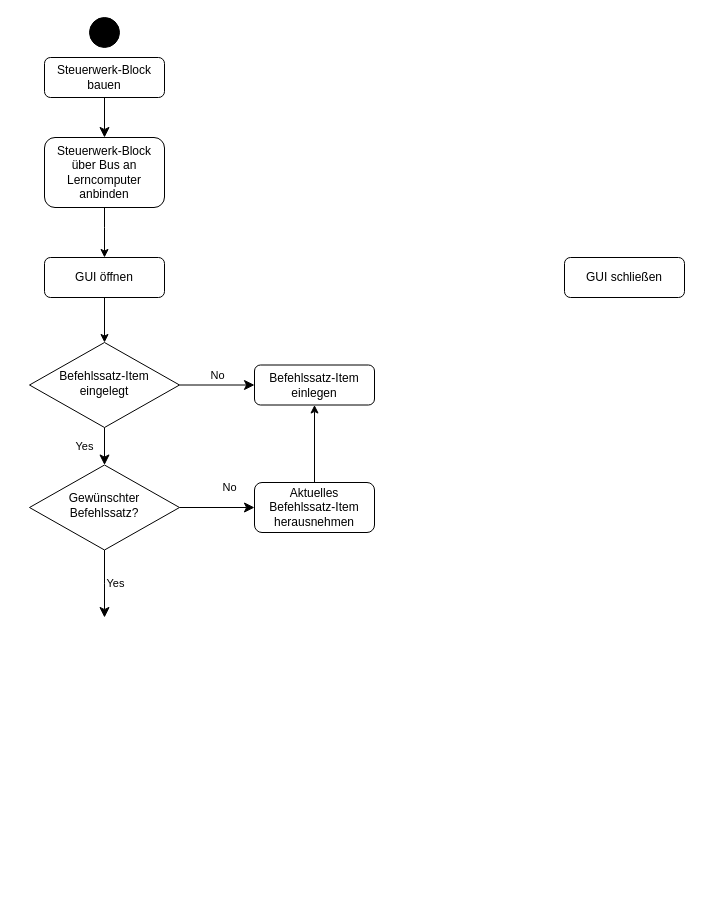
Above: AktivitaetsdiagrammSteuerwerk.drawio in LundiNord/RISCJ-Diagramms (draw.io), before the change. Source tidied: cells renumbered, new cells numbered last; positions are measured from the earlier drawing's top-left corner, leaving out a move shared by most shapes. Both pictures are drawn from the tidied source at 100%, with x=0, y=0 at pixel (29, 17).
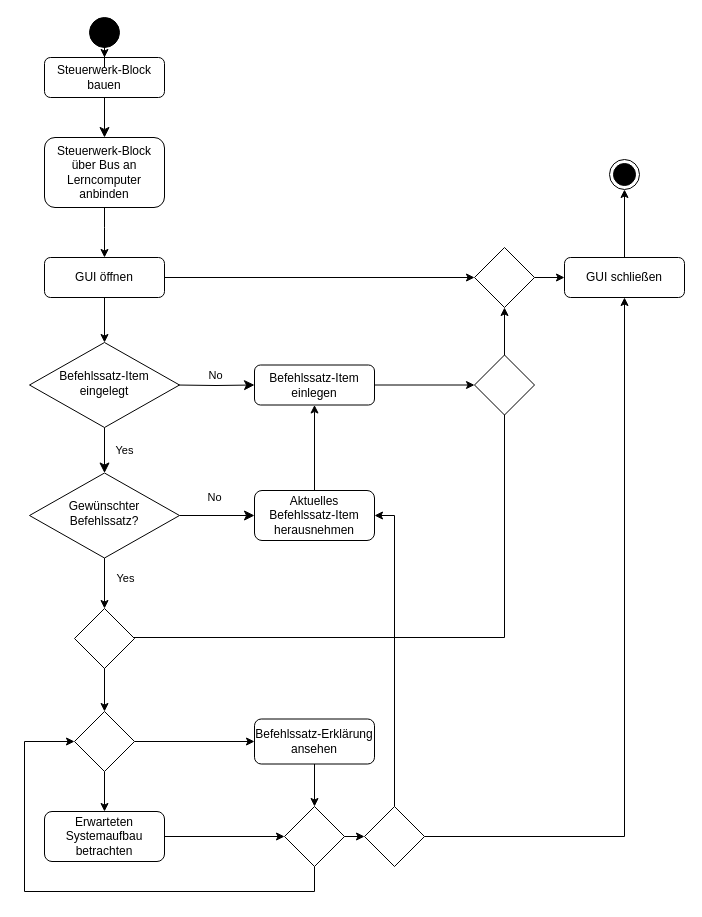
The same page after the edit.

The change refers to these unchanged cells:
```xml
<mxCell id="3" value="Steuerwerk-Block bauen" style="rounded=1;whiteSpace=wrap;html=1;fontSize=12;glass=0;strokeWidth=1;shadow=0;" parent="1" vertex="1">
  <mxGeometry x="15" y="40" width="120" height="40" as="geometry" />
</mxCell>
<mxCell id="6" value="Befehlssatz-Item eingelegt" style="rhombus;whiteSpace=wrap;html=1;shadow=0;fontFamily=Helvetica;fontSize=12;align=center;strokeWidth=1;spacing=6;spacingTop=-4;" parent="1" vertex="1">
  <mxGeometry y="325" width="150" height="85" as="geometry" />
</mxCell>
<mxCell id="7" value="Befehlssatz-Item einlegen" style="rounded=1;whiteSpace=wrap;html=1;fontSize=12;glass=0;strokeWidth=1;shadow=0;" parent="1" vertex="1">
  <mxGeometry x="225" y="347.5" width="120" height="40" as="geometry" />
</mxCell>
<mxCell id="13" style="ellipse;fillColor=strokeColor;html=1;" parent="1" vertex="1">
  <mxGeometry x="60" width="30" height="30" as="geometry" />
</mxCell>
<mxCell id="17" value="GUI öffnen" style="rounded=1;whiteSpace=wrap;html=1;fontSize=12;glass=0;strokeWidth=1;shadow=0;" parent="1" vertex="1">
  <mxGeometry x="15" y="240" width="120" height="40" as="geometry" />
</mxCell>
<mxCell id="18" value="GUI schließen" style="rounded=1;whiteSpace=wrap;html=1;fontSize=12;glass=0;strokeWidth=1;shadow=0;" parent="1" vertex="1">
  <mxGeometry x="535" y="240" width="120" height="40" as="geometry" />
</mxCell>
```

Diff of the diagram source:
```diff
@@
-    <mxCell id="5" value="No" style="edgeStyle=orthogonalEdgeStyle;rounded=0;html=1;jettySize=auto;fontSize=11;endArrow=classic;endFill=1;endSize=8;strokeWidth=1;shadow=0;labelBackgroundColor=default;" parent="1" edge="1" source="6" target="7">
-      <mxGeometry y="10" relative="1" as="geometry" />
+    <mxCell id="5" value="No" style="edgeStyle=orthogonalEdgeStyle;rounded=0;html=1;jettySize=auto;fontSize=11;endArrow=classic;endFill=1;endSize=8;strokeWidth=1;shadow=0;labelBackgroundColor=default;" parent="1" edge="1" target="7">
+      <mxGeometry y="10" relative="1" as="geometry">
+        <mxPoint x="147" y="367.5" as="sourcePoint" />
+      </mxGeometry>
     </mxCell>
@@
+    <mxCell id="19" style="edgeStyle=orthogonalEdgeStyle;rounded=0;jettySize=auto;html=1;" parent="1" edge="1" source="39" target="27">
+      <mxGeometry relative="1" as="geometry">
+        <Array as="points">
+          <mxPoint x="475" y="620" />
+          <mxPoint x="75" y="620" />
+        </Array>
+      </mxGeometry>
+    </mxCell>
+    <mxCell id="20" style="edgeStyle=orthogonalEdgeStyle;rounded=0;jettySize=auto;html=1;" parent="1" edge="1" source="42" target="18">
+      <mxGeometry relative="1" as="geometry">
+        <Array as="points">
+          <mxPoint x="475" y="260" />
+        </Array>
+      </mxGeometry>
+    </mxCell>
@@
     <mxCell id="8" value="No" style="rounded=0;html=1;jettySize=auto;fontSize=11;endArrow=classic;endFill=1;endSize=8;strokeWidth=1;shadow=0;labelBackgroundColor=default;edgeStyle=orthogonalEdgeStyle;" parent="1" edge="1" source="10" target="12">
-      <mxGeometry x="0.33" y="20" relative="1" as="geometry" />
+      <mxGeometry x="-0.07" y="18" relative="1" as="geometry" />
     </mxCell>
+    <mxCell id="21" style="edgeStyle=orthogonalEdgeStyle;rounded=0;jettySize=auto;html=1;" parent="1" edge="1" source="10" target="43">
+      <mxGeometry relative="1" as="geometry" />
+    </mxCell>
-    <mxCell id="9" value="Yes" style="edgeStyle=orthogonalEdgeStyle;rounded=0;html=1;jettySize=auto;fontSize=11;endArrow=classic;endFill=1;endSize=8;strokeWidth=1;shadow=0;labelBackgroundColor=default;" parent="1" edge="1" source="10">
-      <mxGeometry y="10" relative="1" as="geometry">
-        <mxPoint x="75" y="600" as="targetPoint" />
+    <mxCell id="9" value="Yes&lt;br&gt;" style="edgeLabel;html=1;align=center;verticalAlign=middle;" parent="21" vertex="1">
+      <mxGeometry x="0.08" y="1" relative="1" as="geometry">
+        <mxPoint x="19" y="-7" as="offset" />
       </mxGeometry>
     </mxCell>
     <mxCell id="10" value="Gewünschter Befehlssatz?" style="rhombus;whiteSpace=wrap;html=1;shadow=0;fontFamily=Helvetica;fontSize=12;align=center;strokeWidth=1;spacing=6;spacingTop=-4;" parent="1" vertex="1">
-      <mxGeometry y="447.5" width="150" height="85" as="geometry" />
+      <mxGeometry y="455.5" width="150" height="85" as="geometry" />
     </mxCell>
@@
     <mxCell id="12" value="Aktuelles Befehlssatz-Item herausnehmen" style="rounded=1;whiteSpace=wrap;html=1;fontSize=12;glass=0;strokeWidth=1;shadow=0;" parent="1" vertex="1">
-      <mxGeometry x="225" y="465" width="120" height="50" as="geometry" />
+      <mxGeometry x="225" y="473" width="120" height="50" as="geometry" />
     </mxCell>
+    <mxCell id="22" style="edgeStyle=orthogonalEdgeStyle;rounded=0;jettySize=auto;html=1;" parent="1" edge="1" source="13" target="3">
+      <mxGeometry relative="1" as="geometry" />
+    </mxCell>
@@
+    <mxCell id="23" style="edgeStyle=orthogonalEdgeStyle;rounded=0;jettySize=auto;html=1;" parent="1" edge="1" source="17" target="42">
+      <mxGeometry relative="1" as="geometry" />
+    </mxCell>
@@
+    <mxCell id="24" style="edgeStyle=orthogonalEdgeStyle;rounded=0;jettySize=auto;html=1;" parent="1" edge="1" source="18" target="40">
+      <mxGeometry relative="1" as="geometry" />
+    </mxCell>
@@
+    <mxCell id="25" style="edgeStyle=orthogonalEdgeStyle;rounded=0;jettySize=auto;html=1;" parent="1" edge="1" source="27" target="29">
+      <mxGeometry relative="1" as="geometry" />
+    </mxCell>
+    <mxCell id="26" style="edgeStyle=orthogonalEdgeStyle;rounded=0;jettySize=auto;html=1;" parent="1" edge="1" source="27" target="31">
+      <mxGeometry relative="1" as="geometry" />
+    </mxCell>
+    <mxCell id="27" style="rhombus;whiteSpace=wrap;html=1;shadow=0;fontFamily=Helvetica;fontSize=12;align=center;strokeWidth=1;spacing=6;spacingTop=-4;" parent="1" vertex="1">
+      <mxGeometry x="45" y="694" width="60" height="60" as="geometry" />
+    </mxCell>
+    <mxCell id="28" style="edgeStyle=orthogonalEdgeStyle;rounded=0;jettySize=auto;html=1;" parent="1" edge="1" source="29" target="35">
+      <mxGeometry relative="1" as="geometry" />
+    </mxCell>
+    <mxCell id="29" value="Befehlssatz-Erklärung ansehen" style="rounded=1;whiteSpace=wrap;html=1;fontSize=12;glass=0;strokeWidth=1;shadow=0;" parent="1" vertex="1">
+      <mxGeometry x="225" y="701.5" width="120" height="45" as="geometry" />
+    </mxCell>
+    <mxCell id="30" style="edgeStyle=orthogonalEdgeStyle;rounded=0;jettySize=auto;html=1;" parent="1" edge="1" source="31" target="35">
+      <mxGeometry relative="1" as="geometry" />
+    </mxCell>
+    <mxCell id="31" value="Erwarteten Systemaufbau betrachten" style="rounded=1;whiteSpace=wrap;html=1;fontSize=12;glass=0;strokeWidth=1;shadow=0;" parent="1" vertex="1">
+      <mxGeometry x="15" y="794" width="120" height="50" as="geometry" />
+    </mxCell>
+    <mxCell id="32" style="edgeStyle=orthogonalEdgeStyle;rounded=0;jettySize=auto;html=1;entryX=0.5;entryY=1;entryDx=0;entryDy=0;" parent="1" edge="1" source="37" target="18">
+      <mxGeometry relative="1" as="geometry" />
+    </mxCell>
+    <mxCell id="33" style="edgeStyle=orthogonalEdgeStyle;rounded=0;jettySize=auto;html=1;" parent="1" edge="1" source="35" target="27">
+      <mxGeometry relative="1" as="geometry">
+        <Array as="points">
+          <mxPoint x="285" y="874" />
+          <mxPoint x="-5" y="874" />
+          <mxPoint x="-5" y="724" />
+        </Array>
+      </mxGeometry>
+    </mxCell>
+    <mxCell id="34" style="edgeStyle=orthogonalEdgeStyle;rounded=0;jettySize=auto;html=1;entryX=1;entryY=0.5;entryDx=0;entryDy=0;" parent="1" edge="1" source="37" target="12">
+      <mxGeometry relative="1" as="geometry" />
+    </mxCell>
+    <mxCell id="35" style="rhombus;whiteSpace=wrap;html=1;shadow=0;fontFamily=Helvetica;fontSize=12;align=center;strokeWidth=1;spacing=6;spacingTop=-4;" parent="1" vertex="1">
+      <mxGeometry x="255" y="789" width="60" height="60" as="geometry" />
+    </mxCell>
+    <mxCell id="36" style="edgeStyle=orthogonalEdgeStyle;rounded=0;jettySize=auto;html=1;" parent="1" edge="1" source="35" target="37">
+      <mxGeometry relative="1" as="geometry">
+        <Array as="points">
+          <mxPoint x="365" y="819" />
+        </Array>
+      </mxGeometry>
+    </mxCell>
+    <mxCell id="37" style="rhombus;whiteSpace=wrap;html=1;shadow=0;fontFamily=Helvetica;fontSize=12;align=center;strokeWidth=1;spacing=6;spacingTop=-4;" parent="1" vertex="1">
+      <mxGeometry x="335" y="789" width="60" height="60" as="geometry" />
+    </mxCell>
+    <mxCell id="38" style="edgeStyle=orthogonalEdgeStyle;rounded=0;jettySize=auto;html=1;" parent="1" edge="1" source="7" target="39">
+      <mxGeometry relative="1" as="geometry" />
+    </mxCell>
+    <mxCell id="39" style="rhombus;whiteSpace=wrap;html=1;shadow=0;fontFamily=Helvetica;fontSize=12;align=center;strokeWidth=1;spacing=6;spacingTop=-4;" parent="1" vertex="1">
+      <mxGeometry x="445" y="337.5" width="60" height="60" as="geometry" />
+    </mxCell>
+    <mxCell id="40" style="ellipse;html=1;shape=endState;fillColor=strokeColor;" parent="1" vertex="1">
+      <mxGeometry x="580" y="142" width="30" height="30" as="geometry" />
+    </mxCell>
+    <mxCell id="41" style="edgeStyle=orthogonalEdgeStyle;rounded=0;jettySize=auto;html=1;" parent="1" edge="1" source="39" target="42">
+      <mxGeometry relative="1" as="geometry" />
+    </mxCell>
+    <mxCell id="42" style="rhombus;whiteSpace=wrap;html=1;shadow=0;fontFamily=Helvetica;fontSize=12;align=center;strokeWidth=1;spacing=6;spacingTop=-4;" parent="1" vertex="1">
+      <mxGeometry x="445" y="230" width="60" height="60" as="geometry" />
+    </mxCell>
+    <mxCell id="43" style="rhombus;whiteSpace=wrap;html=1;shadow=0;fontFamily=Helvetica;fontSize=12;align=center;strokeWidth=1;spacing=6;spacingTop=-4;" parent="1" vertex="1">
+      <mxGeometry x="45" y="591" width="60" height="60" as="geometry" />
+    </mxCell>
```
